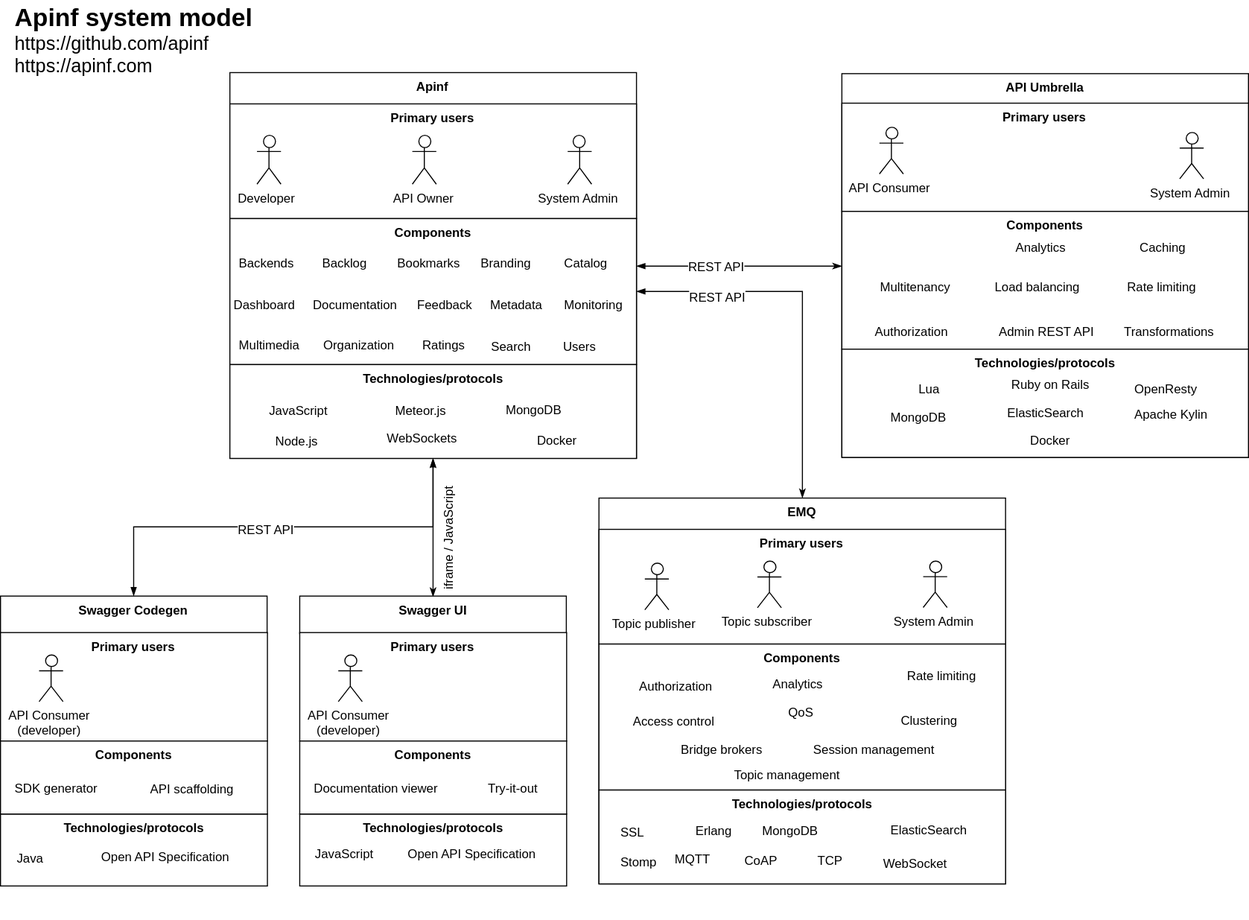
Earlier version of the draw.io export docs/develop/Architecture/Apinf-systemModel.svg (apinf/docs). Source tidied: cells renumbered, new cells last; positions are measured from the earlier drawing's top-left corner, leaving out a move shared by most shapes.
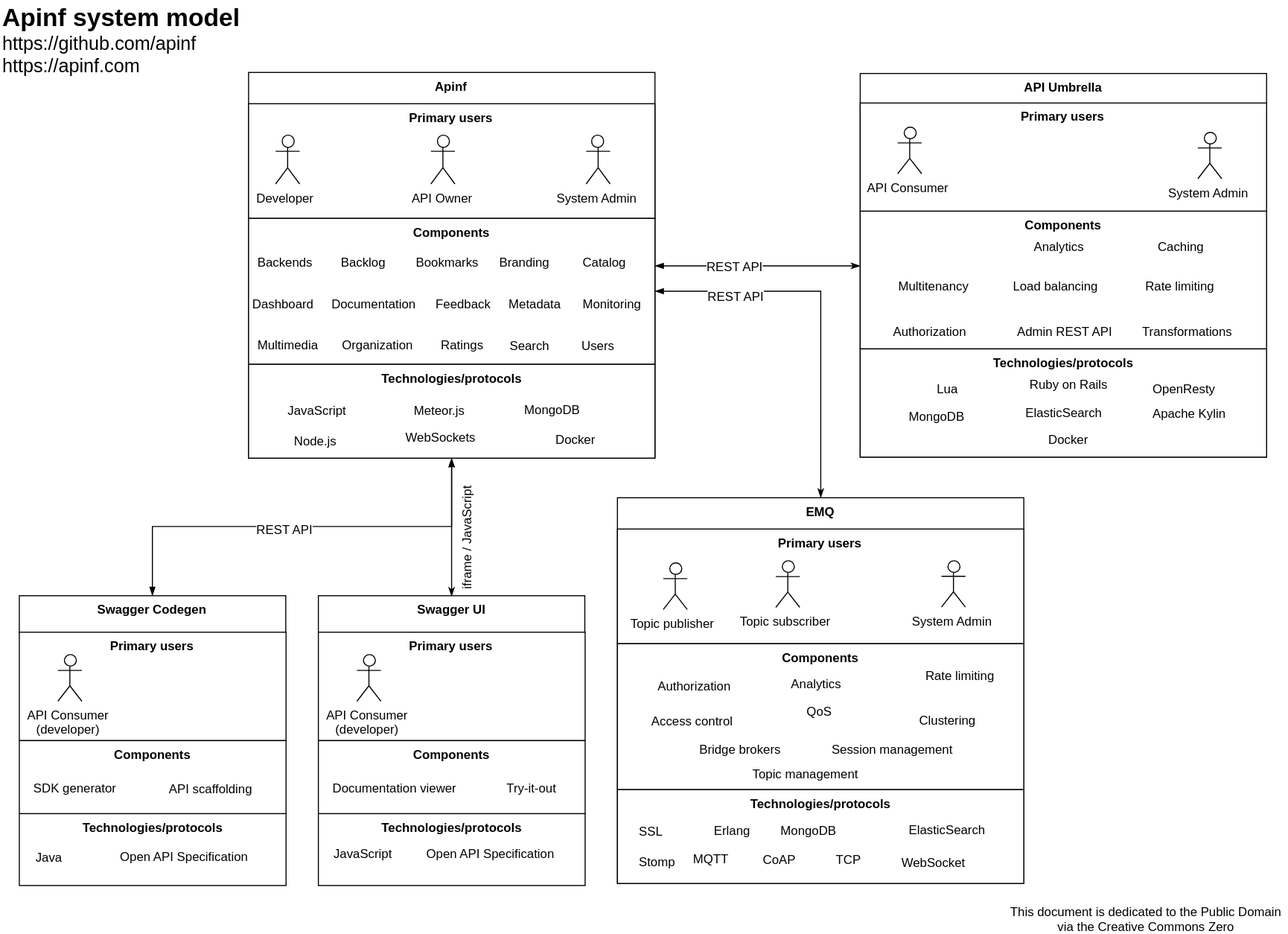
The same file after the commit.

Commit message:
Add CC Zero; export images

Change to the diagram source:
```diff
@@ -358,7 +358,10 @@
       <mxGeometry x="152" y="60.8" width="23" height="44.3" as="geometry" />
     </mxCell>
     <mxCell id="117" value="&lt;b&gt;&lt;font style=&quot;font-size: 24px&quot;&gt;Apinf system model&lt;/font&gt;&lt;/b&gt;&lt;br&gt;&lt;font style=&quot;font-size: 18px&quot;&gt;https://github.com/apinf&lt;br&gt;https://apinf.com&lt;br&gt;&lt;/font&gt;" style="text;html=1;align=left;verticalAlign=top;spacingTop=-4;" parent="1" vertex="1">
-      <mxGeometry x="12" width="240" height="50" as="geometry" />
+      <mxGeometry x="-18" width="240" height="50" as="geometry" />
     </mxCell>
+    <mxCell id="118" value="This document is dedicated to the Public Domain via the Creative Commons Zero&lt;br&gt;" style="text;html=1;strokeColor=none;fillColor=none;align=center;verticalAlign=middle;whiteSpace=wrap;rounded=0;shadow=0;glass=0;comic=0;" parent="1" vertex="1">
+      <mxGeometry x="946" y="871" width="271" height="20" as="geometry" />
+    </mxCell>
   </root>
 </mxGraphModel>
```
